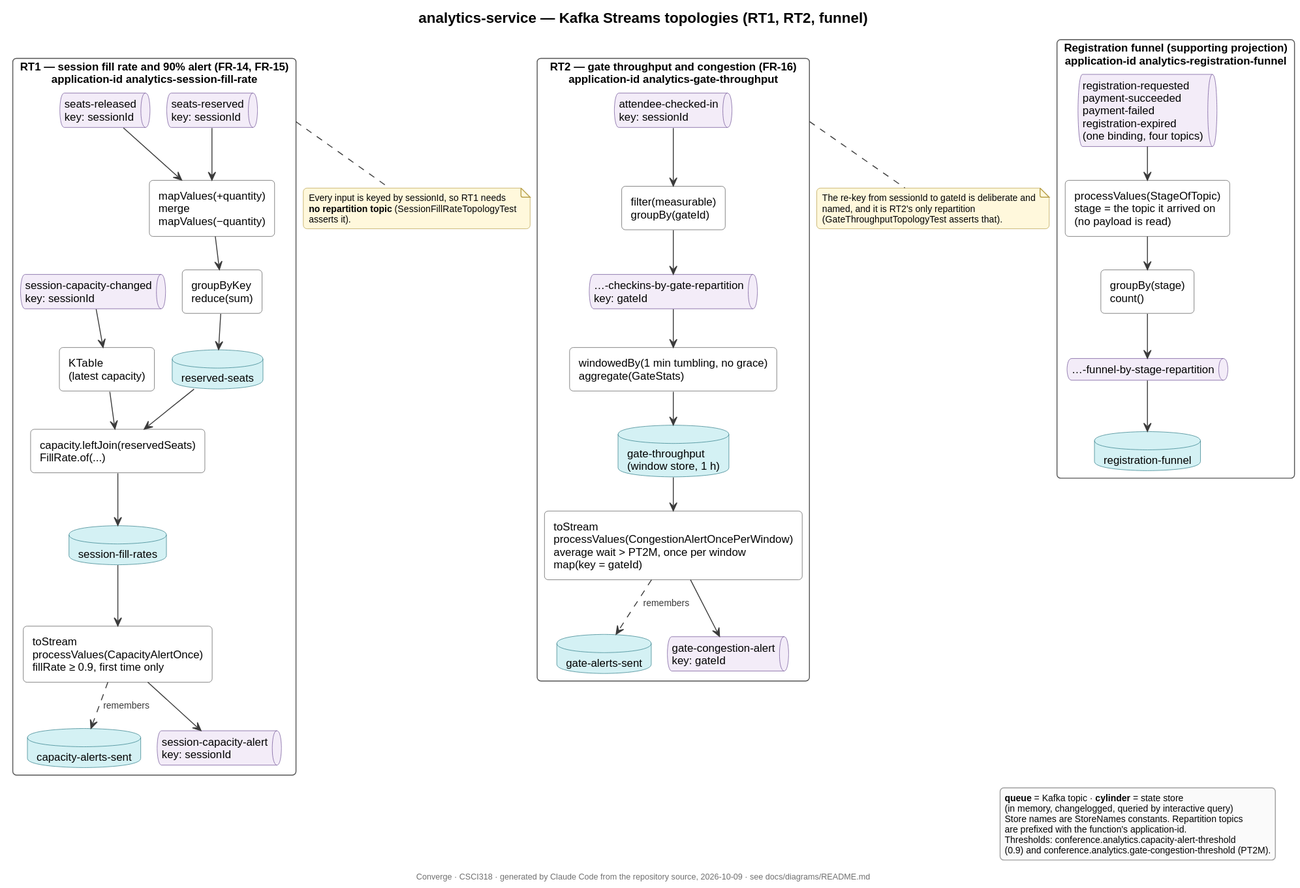
Earlier version of the PlantUML export docs/diagrams/svg/streams-topologies.svg (middo221/CSCI318---AI-Microservices-Application).
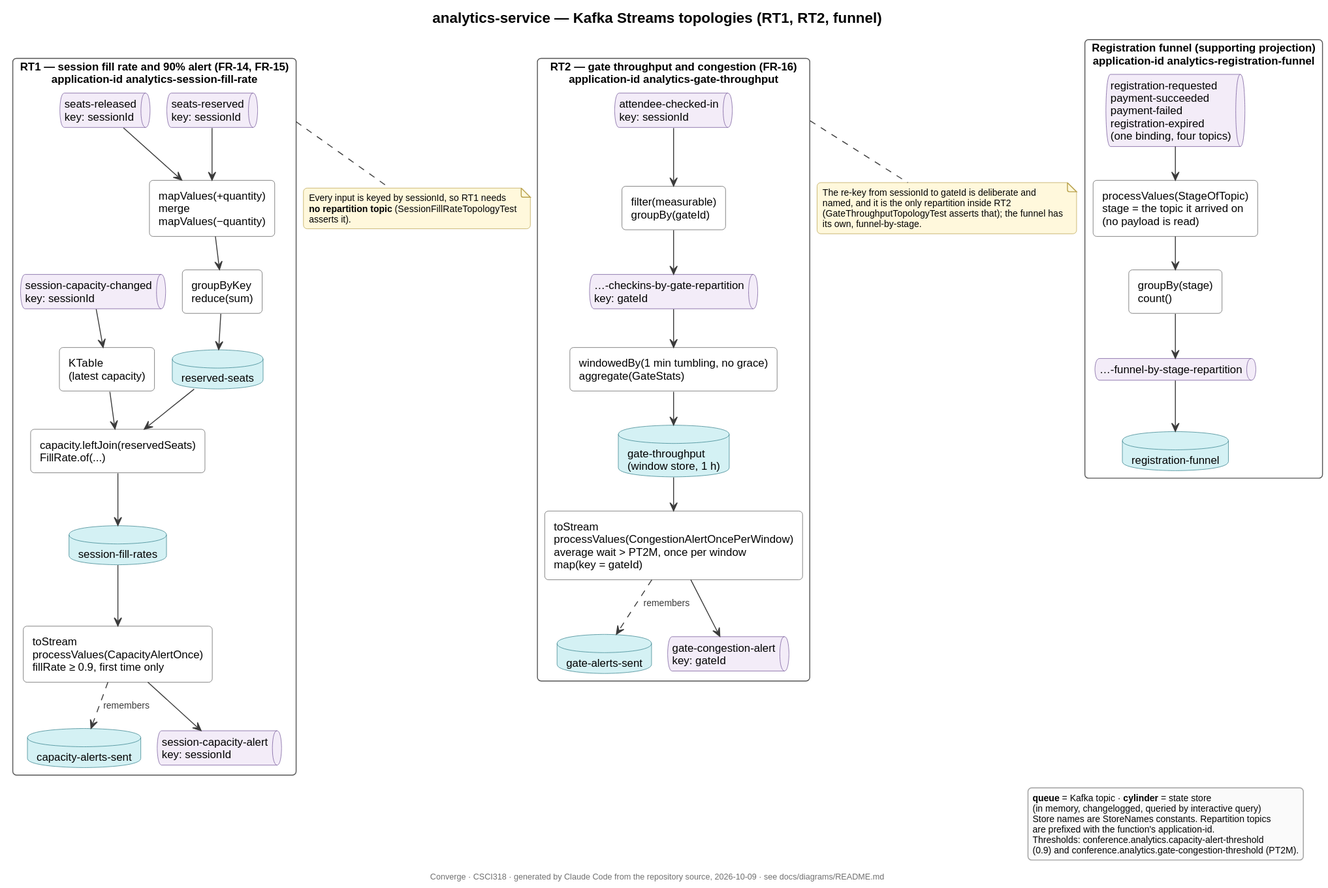
After the change.

Commit message:
docs: reword the RT2 repartition note and index the new figures

Change to the diagram source:
```diff
@@ -84,8 +84,9 @@
 
 note bottom of rt2
   The re-key from sessionId to gateId is deliberate and
-  named, and it is RT2's only repartition
-  (GateThroughputTopologyTest asserts that).
+  named, and it is the only repartition inside RT2
+  (GateThroughputTopologyTest asserts that); the funnel has
+  its own, funnel-by-stage.
 end note
 
 legend right
```
